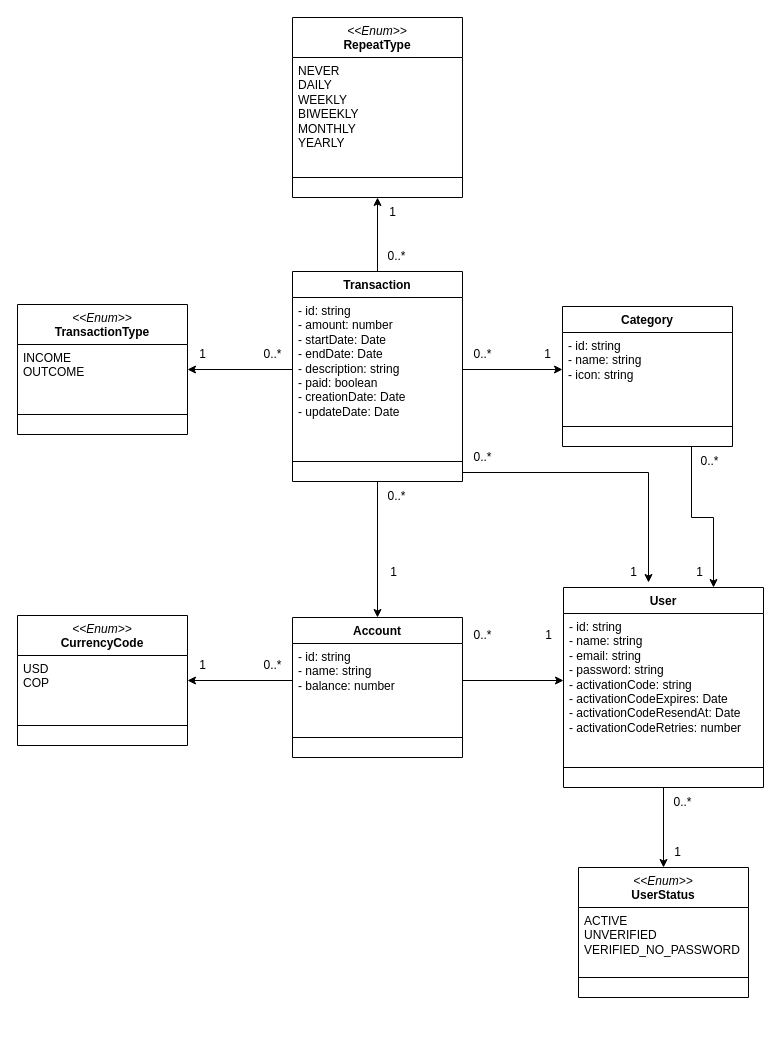
acastillo9/budget-api keeps this draw.io diagram as docs/budget.drawio. Above is the earlier version. Source tidied: cells renumbered, new cells numbered last; positions are measured from the earlier drawing's top-left corner, leaving out a move shared by most shapes. Both pictures are drawn from the tidied source at 100%, with x=0, y=0 at pixel (17, 17).
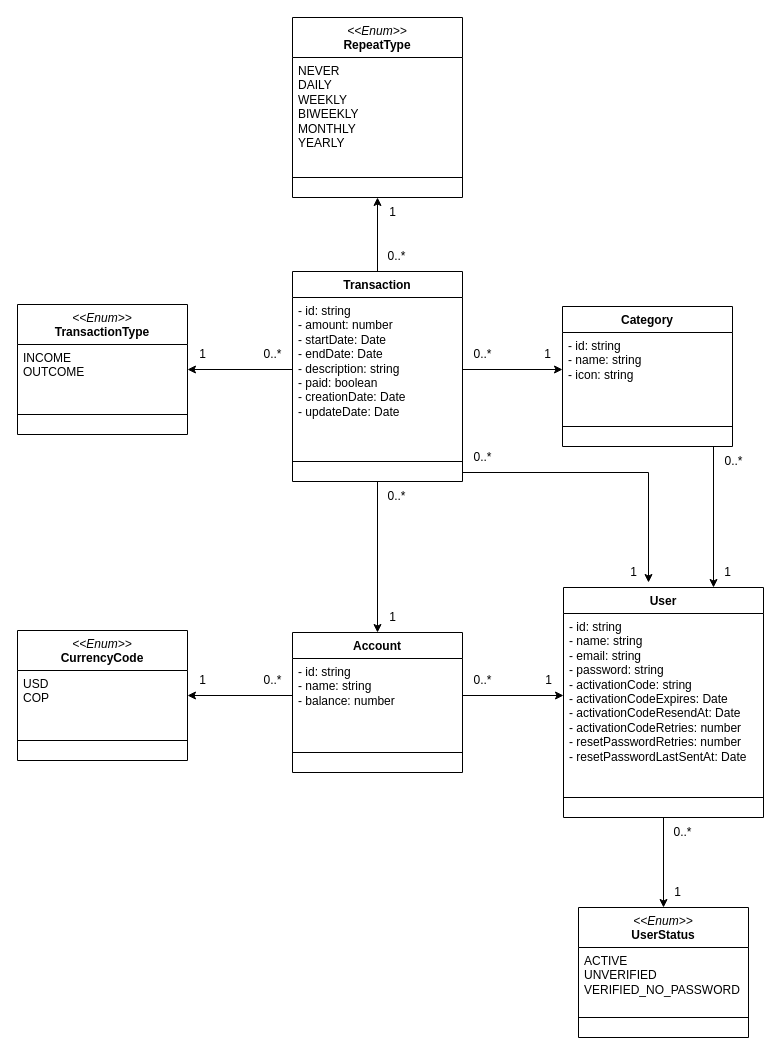
The same diagram, later.

Commit message (it also covers changes not shown here):
Add forgot password error max attemps

The change refers to these unchanged cells:
```xml
<mxCell id="8" value="Category" style="swimlane;fontStyle=1;align=center;verticalAlign=top;horizontal=1;startSize=26;whiteSpace=wrap;html=1;" parent="1" vertex="1">
  <mxGeometry x="545" y="289" width="170" height="140" as="geometry" />
</mxCell>
<mxCell id="32" value="- id: string&lt;div&gt;- name: string&lt;br&gt;&lt;div&gt;- balance: number&lt;/div&gt;&lt;/div&gt;" style="text;strokeColor=none;fillColor=none;align=left;verticalAlign=top;spacingLeft=4;spacingRight=4;overflow=hidden;points=[[0,0.5],[1,0.5]];portConstraint=eastwest;whiteSpace=wrap;html=1;" parent="31" vertex="1">
  <mxGeometry y="26" width="170" height="74" as="geometry" />
</mxCell>
```

The edit, as a diff of the source:
```diff
@@
     <mxCell id="7" style="edgeStyle=orthogonalEdgeStyle;rounded=0;jettySize=auto;html=1;exitX=0.75;exitY=1;exitDx=0;exitDy=0;entryX=0.75;entryY=0;entryDx=0;entryDy=0;" parent="1" edge="1" source="8" target="36">
       <mxGeometry relative="1" as="geometry">
         <Array as="points">
-          <mxPoint x="674" y="429" />
-          <mxPoint x="674" y="500" />
+          <mxPoint x="696" y="429" />
         </Array>
       </mxGeometry>
     </mxCell>
@@
     <mxCell id="26" value="&lt;div&gt;&lt;i style=&quot;font-weight: 400;&quot;&gt;&amp;lt;&amp;lt;Enum&amp;gt;&amp;gt;&lt;/i&gt;&lt;br&gt;&lt;/div&gt;CurrencyCode" style="swimlane;fontStyle=1;align=center;verticalAlign=top;horizontal=1;startSize=40;whiteSpace=wrap;html=1;" parent="1" vertex="1">
-      <mxGeometry y="598" width="170" height="130" as="geometry" />
+      <mxGeometry y="613" width="170" height="130" as="geometry" />
     </mxCell>
@@
     <mxCell id="29" value="1" style="text;html=1;align=center;verticalAlign=middle;strokeColor=none;fillColor=none;" parent="1" vertex="1">
-      <mxGeometry x="170" y="633" width="30" height="30" as="geometry" />
+      <mxGeometry x="170" y="648" width="30" height="30" as="geometry" />
     </mxCell>
     <mxCell id="30" value="0..*" style="text;html=1;align=center;verticalAlign=middle;strokeColor=none;fillColor=none;" parent="1" vertex="1">
-      <mxGeometry x="235" y="633" width="40" height="30" as="geometry" />
+      <mxGeometry x="235" y="648" width="40" height="30" as="geometry" />
     </mxCell>
     <mxCell id="31" value="Account" style="swimlane;fontStyle=1;align=center;verticalAlign=top;horizontal=1;startSize=26;whiteSpace=wrap;html=1;" parent="1" vertex="1">
-      <mxGeometry x="275" y="600" width="170" height="140" as="geometry" />
+      <mxGeometry x="275" y="615" width="170" height="140" as="geometry" />
     </mxCell>
@@
     <mxCell id="34" value="1" style="text;html=1;align=center;verticalAlign=middle;strokeColor=none;fillColor=none;" parent="1" vertex="1">
-      <mxGeometry x="361" y="540" width="30" height="30" as="geometry" />
+      <mxGeometry x="360" y="585" width="30" height="30" as="geometry" />
     </mxCell>
@@
     <mxCell id="36" value="User" style="swimlane;fontStyle=1;align=center;verticalAlign=top;horizontal=1;startSize=26;whiteSpace=wrap;html=1;" parent="1" vertex="1">
-      <mxGeometry x="546" y="570" width="200" height="200" as="geometry" />
+      <mxGeometry x="546" y="570" width="200" height="230" as="geometry" />
     </mxCell>
-    <mxCell id="37" value="- id: string&lt;div&gt;- name: string&lt;br&gt;&lt;div&gt;- email: string&lt;/div&gt;&lt;div&gt;- password: string&lt;/div&gt;&lt;/div&gt;&lt;div&gt;- activationCode: string&lt;/div&gt;&lt;div&gt;- activationCodeExpires: Date&lt;/div&gt;&lt;div&gt;- activationCodeResendAt: Date&lt;/div&gt;&lt;div&gt;- activationCodeRetries: number&lt;/div&gt;" style="text;strokeColor=none;fillColor=none;align=left;verticalAlign=top;spacingLeft=4;spacingRight=4;overflow=hidden;points=[[0,0.5],[1,0.5]];portConstraint=eastwest;whiteSpace=wrap;html=1;" parent="36" vertex="1">
-      <mxGeometry y="26" width="200" height="134" as="geometry" />
+    <mxCell id="37" value="- id: string&lt;div&gt;- name: string&lt;br&gt;&lt;div&gt;- email: string&lt;/div&gt;&lt;div&gt;- password: string&lt;/div&gt;&lt;/div&gt;&lt;div&gt;- activationCode: string&lt;/div&gt;&lt;div&gt;- activationCodeExpires: Date&lt;/div&gt;&lt;div&gt;- activationCodeResendAt: Date&lt;/div&gt;&lt;div&gt;- activationCodeRetries: number&lt;/div&gt;&lt;div&gt;- resetPasswordRetries: number&lt;/div&gt;&lt;div&gt;-&amp;nbsp;resetPasswordLastSentAt: Date&lt;/div&gt;" style="text;strokeColor=none;fillColor=none;align=left;verticalAlign=top;spacingLeft=4;spacingRight=4;overflow=hidden;points=[[0,0.5],[1,0.5]];portConstraint=eastwest;whiteSpace=wrap;html=1;" parent="36" vertex="1">
+      <mxGeometry y="26" width="200" height="164" as="geometry" />
     </mxCell>
     <mxCell id="38" style="line;strokeWidth=1;fillColor=none;align=left;verticalAlign=middle;spacingTop=-1;spacingLeft=3;spacingRight=3;labelPosition=right;strokeColor=inherit;" parent="36" vertex="1">
-      <mxGeometry y="160" width="200" height="40" as="geometry" />
+      <mxGeometry y="190" width="200" height="40" as="geometry" />
     </mxCell>
     <mxCell id="39" value="0..*" style="text;html=1;align=center;verticalAlign=middle;strokeColor=none;fillColor=none;" parent="1" vertex="1">
-      <mxGeometry x="445" y="603" width="40" height="30" as="geometry" />
+      <mxGeometry x="445" y="648" width="40" height="30" as="geometry" />
     </mxCell>
     <mxCell id="40" value="1" style="text;html=1;align=center;verticalAlign=middle;strokeColor=none;fillColor=none;" parent="1" vertex="1">
-      <mxGeometry x="516" y="603" width="30" height="30" as="geometry" />
+      <mxGeometry x="516" y="648" width="30" height="30" as="geometry" />
     </mxCell>
@@
-    <mxCell id="45" style="edgeStyle=orthogonalEdgeStyle;rounded=0;jettySize=auto;html=1;exitX=0;exitY=0.5;exitDx=0;exitDy=0;entryX=1;entryY=0.5;entryDx=0;entryDy=0;endArrow=none;endFill=0;startArrow=classic;startFill=1;" parent="1" edge="1" source="37" target="32">
-      <mxGeometry relative="1" as="geometry" />
-    </mxCell>
     <mxCell id="46" value="1" style="text;html=1;align=center;verticalAlign=middle;strokeColor=none;fillColor=none;" parent="1" vertex="1">
-      <mxGeometry x="667" y="540" width="30" height="30" as="geometry" />
+      <mxGeometry x="695" y="540" width="30" height="30" as="geometry" />
     </mxCell>
     <mxCell id="47" value="0..*" style="text;html=1;align=center;verticalAlign=middle;strokeColor=none;fillColor=none;" parent="1" vertex="1">
-      <mxGeometry x="672" y="429" width="40" height="30" as="geometry" />
+      <mxGeometry x="696" y="429" width="40" height="30" as="geometry" />
     </mxCell>
     <mxCell id="48" value="&lt;div&gt;&lt;i style=&quot;font-weight: 400;&quot;&gt;&amp;lt;&amp;lt;Enum&amp;gt;&amp;gt;&lt;/i&gt;&lt;br&gt;&lt;/div&gt;UserStatus" style="swimlane;fontStyle=1;align=center;verticalAlign=top;horizontal=1;startSize=40;whiteSpace=wrap;html=1;" parent="1" vertex="1">
-      <mxGeometry x="561" y="850" width="170" height="130" as="geometry" />
+      <mxGeometry x="561" y="890" width="170" height="130" as="geometry" />
     </mxCell>
@@
     <mxCell id="51" value="0..*" style="text;html=1;align=center;verticalAlign=middle;strokeColor=none;fillColor=none;" parent="1" vertex="1">
-      <mxGeometry x="645" y="770" width="40" height="30" as="geometry" />
+      <mxGeometry x="645" y="800" width="40" height="30" as="geometry" />
     </mxCell>
     <mxCell id="52" value="1" style="text;html=1;align=center;verticalAlign=middle;strokeColor=none;fillColor=none;" parent="1" vertex="1">
-      <mxGeometry x="645" y="820" width="30" height="30" as="geometry" />
+      <mxGeometry x="645" y="860" width="30" height="30" as="geometry" />
     </mxCell>
+    <mxCell id="53" style="edgeStyle=orthogonalEdgeStyle;rounded=0;jettySize=auto;html=1;" parent="1" edge="1" source="32" target="37">
+      <mxGeometry relative="1" as="geometry" />
+    </mxCell>
```
